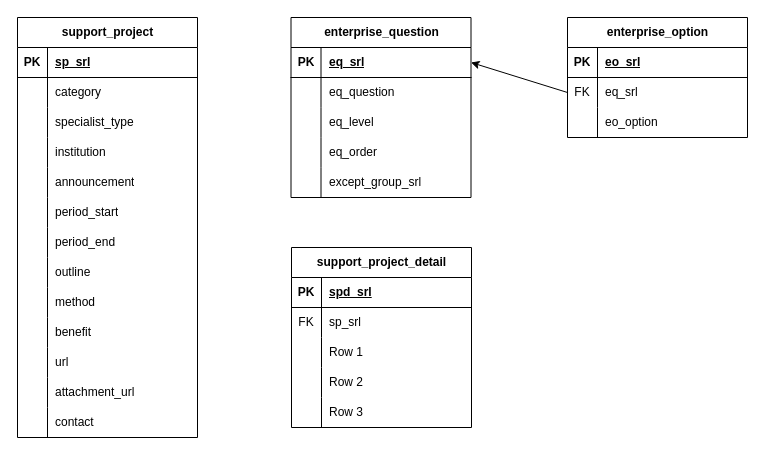
Above: page "support_projects" (2 of 2) of v0.0.1.drawio in eunhan93/g_v (draw.io), before the change. Source tidied: cells renumbered, new cells numbered last; positions are measured from the earlier drawing's top-left corner, leaving out a move shared by most shapes. Both pictures are drawn from the tidied source at 100%, with x=0, y=0 at pixel (17, 17).
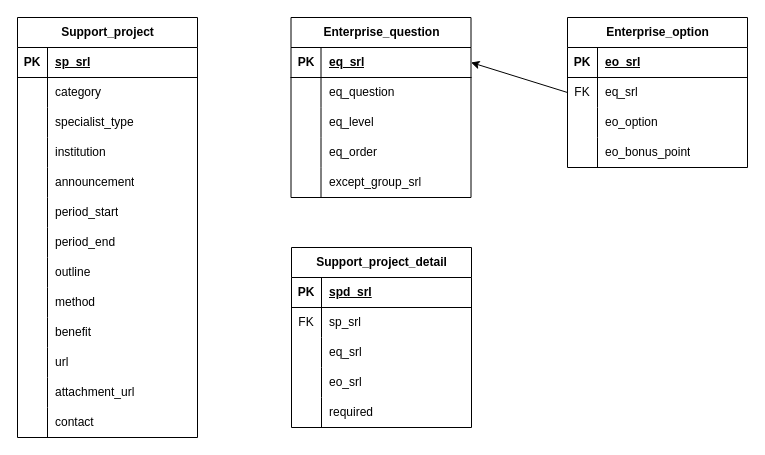
The same diagram, later.

The change refers to these unchanged cells:
```xml
<mxCell id="76" style="shape=tableRow;horizontal=0;startSize=0;swimlaneHead=0;swimlaneBody=0;fillColor=none;top=0;left=0;right=0;bottom=0;" parent="69" vertex="1">
  <mxGeometry y="90" width="180" height="30" as="geometry" />
</mxCell>
<mxCell id="79" style="shape=tableRow;horizontal=0;startSize=0;swimlaneHead=0;swimlaneBody=0;fillColor=none;top=0;left=0;right=0;bottom=0;" parent="69" vertex="1">
  <mxGeometry y="120" width="180" height="30" as="geometry" />
</mxCell>
<mxCell id="82" style="shape=tableRow;horizontal=0;startSize=0;swimlaneHead=0;swimlaneBody=0;fillColor=none;top=0;left=0;right=0;bottom=0;" parent="69" vertex="1">
  <mxGeometry y="150" width="180" height="30" as="geometry" />
</mxCell>
```

Diff of the diagram source:
```diff
@@
-    <mxCell id="2" value="support_project" style="shape=table;startSize=30;childLayout=tableLayout;rowLines=0;fontStyle=1;align=center;html=1;" parent="1" vertex="1">
+    <mxCell id="2" value="Support_project" style="shape=table;startSize=30;childLayout=tableLayout;rowLines=0;fontStyle=1;align=center;html=1;" parent="1" vertex="1">
       <mxGeometry width="180" height="420" as="geometry" />
     </mxCell>
@@
-    <mxCell id="42" value="enterprise_question" style="shape=table;startSize=30;childLayout=tableLayout;rowLines=0;fontStyle=1;align=center;html=1;" parent="1" vertex="1">
+    <mxCell id="42" value="Enterprise_question" style="shape=table;startSize=30;childLayout=tableLayout;rowLines=0;fontStyle=1;align=center;html=1;" parent="1" vertex="1">
       <mxGeometry x="273.5" width="180" height="180" as="geometry" />
     </mxCell>
@@
-    <mxCell id="58" value="enterprise_option" style="shape=table;startSize=30;childLayout=tableLayout;rowLines=0;fontStyle=1;align=center;html=1;" parent="1" vertex="1">
-      <mxGeometry x="550" width="180" height="120" as="geometry" />
+    <mxCell id="58" value="Enterprise_option" style="shape=table;startSize=30;childLayout=tableLayout;rowLines=0;fontStyle=1;align=center;html=1;" parent="1" vertex="1">
+      <mxGeometry x="550" width="180" height="150" as="geometry" />
     </mxCell>
@@
+    <mxCell id="85" style="shape=tableRow;horizontal=0;startSize=0;swimlaneHead=0;swimlaneBody=0;fillColor=none;top=0;left=0;right=0;bottom=0;" parent="58" vertex="1">
+      <mxGeometry y="120" width="180" height="30" as="geometry" />
+    </mxCell>
+    <mxCell id="86" style="shape=partialRectangle;fillColor=none;top=0;left=0;bottom=0;right=0;overflow=hidden;whiteSpace=wrap;html=1;" parent="85" vertex="1">
+      <mxGeometry width="30" height="30" as="geometry" />
+    </mxCell>
+    <mxCell id="87" value="eo_bonus_point" style="shape=partialRectangle;fillColor=none;top=0;left=0;bottom=0;right=0;align=left;spacingLeft=6;overflow=hidden;whiteSpace=wrap;html=1;" parent="85" vertex="1">
+      <mxGeometry x="30" width="150" height="30" as="geometry" />
+    </mxCell>
@@
-    <mxCell id="69" value="support_project_detail" style="shape=table;startSize=30;childLayout=tableLayout;rowLines=0;fontStyle=1;align=center;html=1;" parent="1" vertex="1">
+    <mxCell id="69" value="Support_project_detail" style="shape=table;startSize=30;childLayout=tableLayout;rowLines=0;fontStyle=1;align=center;html=1;" parent="1" vertex="1">
       <mxGeometry x="274" y="230" width="180" height="180" as="geometry" />
     </mxCell>
@@
-    <mxCell id="78" value="Row 1" style="shape=partialRectangle;fillColor=none;top=0;left=0;bottom=0;right=0;align=left;spacingLeft=6;overflow=hidden;whiteSpace=wrap;html=1;" parent="76" vertex="1">
+    <mxCell id="78" value="eq_srl" style="shape=partialRectangle;fillColor=none;top=0;left=0;bottom=0;right=0;align=left;spacingLeft=6;overflow=hidden;whiteSpace=wrap;html=1;" parent="76" vertex="1">
       <mxGeometry x="30" width="150" height="30" as="geometry" />
     </mxCell>
@@
-    <mxCell id="81" value="Row 2" style="shape=partialRectangle;fillColor=none;top=0;left=0;bottom=0;right=0;align=left;spacingLeft=6;overflow=hidden;whiteSpace=wrap;html=1;" parent="79" vertex="1">
+    <mxCell id="81" value="eo_srl" style="shape=partialRectangle;fillColor=none;top=0;left=0;bottom=0;right=0;align=left;spacingLeft=6;overflow=hidden;whiteSpace=wrap;html=1;" parent="79" vertex="1">
       <mxGeometry x="30" width="150" height="30" as="geometry" />
     </mxCell>
@@
-    <mxCell id="84" value="Row 3" style="shape=partialRectangle;fillColor=none;top=0;left=0;bottom=0;right=0;align=left;spacingLeft=6;overflow=hidden;whiteSpace=wrap;html=1;" parent="82" vertex="1">
+    <mxCell id="84" value="required" style="shape=partialRectangle;fillColor=none;top=0;left=0;bottom=0;right=0;align=left;spacingLeft=6;overflow=hidden;whiteSpace=wrap;html=1;" parent="82" vertex="1">
       <mxGeometry x="30" width="150" height="30" as="geometry" />
     </mxCell>
```
